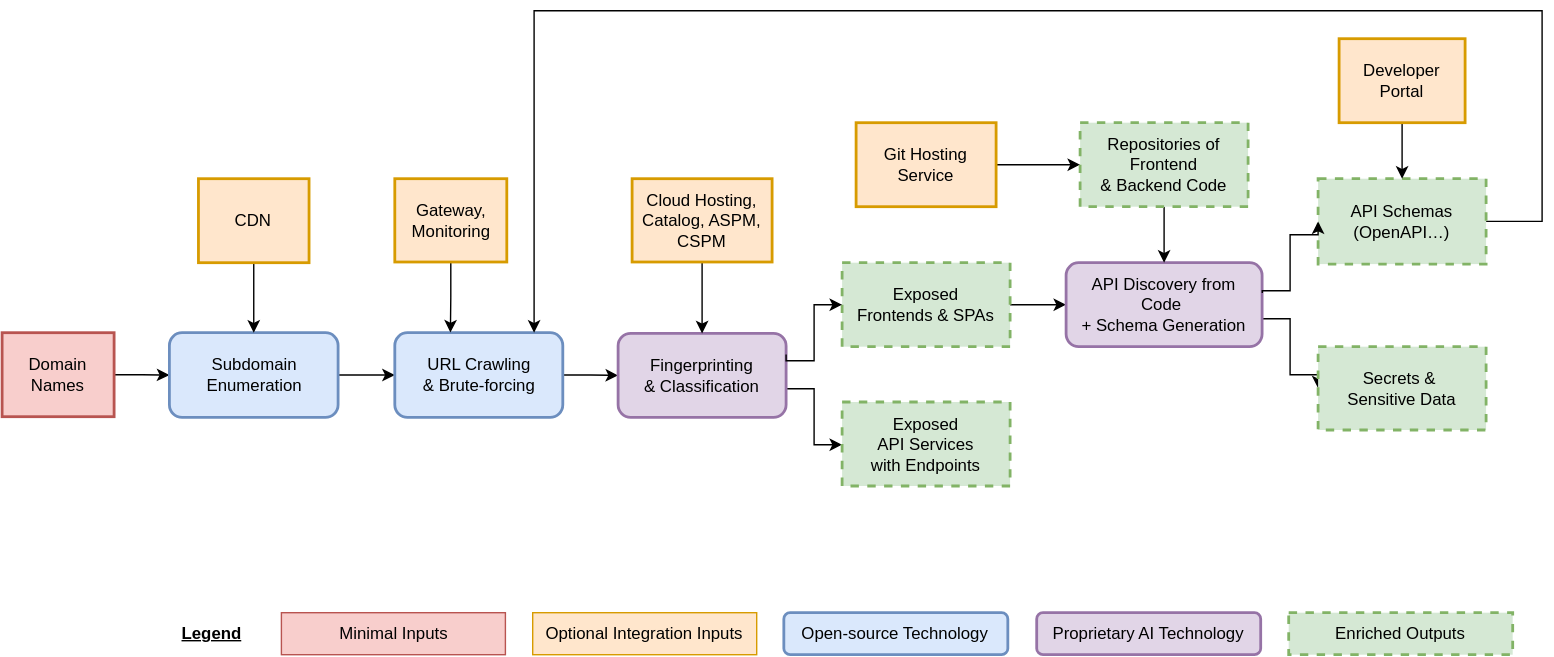
Earlier version of the draw.io export docs/01-inventory/01-introduction/inventory-diagram.svg (Escape-Technologies/docs). Source tidied: cells renumbered, new cells last; positions are measured from the earlier drawing's top-left corner, leaving out a move shared by most shapes.
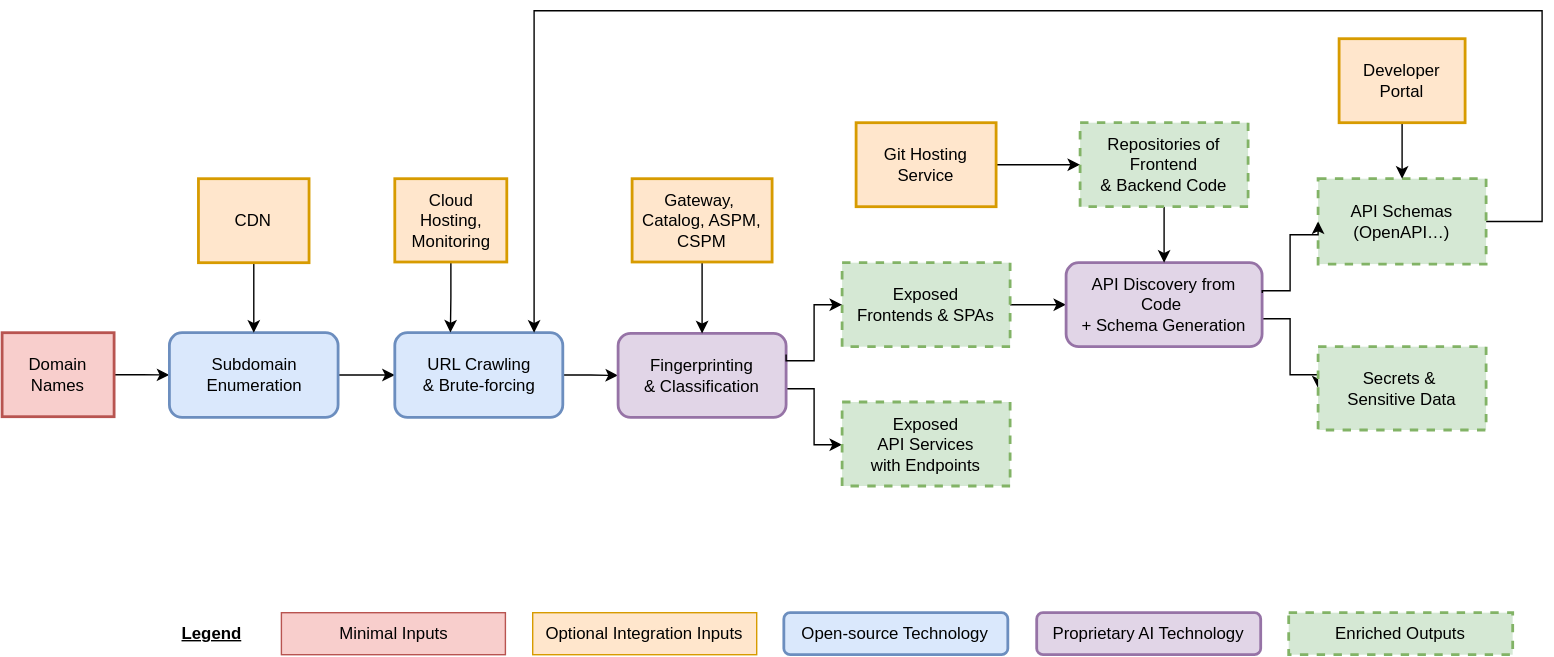
After the change.

Commit message:
fix: gateways and cloud providers

Diff of the diagram source:
```diff
@@ -58,7 +58,7 @@
     <mxCell id="16" style="edgeStyle=orthogonalEdgeStyle;rounded=0;jettySize=auto;html=1;entryX=0.331;entryY=-0.002;entryDx=0;entryDy=0;entryPerimeter=0;" parent="1" edge="1" source="17" target="7">
       <mxGeometry relative="1" as="geometry" />
     </mxCell>
-    <mxCell id="17" value="Gateway,&#10;Monitoring" style="whiteSpace=wrap;strokeWidth=2;fillColor=#ffe6cc;strokeColor=#d79b00;" parent="1" vertex="1">
+    <mxCell id="17" value="Cloud Hosting,&#10;Monitoring" style="whiteSpace=wrap;strokeWidth=2;fillColor=#ffe6cc;strokeColor=#d79b00;" parent="1" vertex="1">
       <mxGeometry x="280.5" y="120" width="80" height="59.5" as="geometry" />
     </mxCell>
     <mxCell id="18" style="edgeStyle=orthogonalEdgeStyle;rounded=0;jettySize=auto;html=1;" parent="1" edge="1" source="19" target="5">
@@ -70,7 +70,7 @@
     <mxCell id="20" style="edgeStyle=orthogonalEdgeStyle;rounded=0;jettySize=auto;html=1;" parent="1" edge="1" source="21" target="9">
       <mxGeometry relative="1" as="geometry" />
     </mxCell>
-    <mxCell id="21" value="Cloud Hosting, Catalog, ASPM, CSPM" style="whiteSpace=wrap;strokeWidth=2;fillColor=#ffe6cc;strokeColor=#d79b00;" parent="1" vertex="1">
+    <mxCell id="21" value="Gateway, &#10;Catalog, ASPM, CSPM" style="whiteSpace=wrap;strokeWidth=2;fillColor=#ffe6cc;strokeColor=#d79b00;" parent="1" vertex="1">
       <mxGeometry x="450" y="120" width="100" height="59.5" as="geometry" />
     </mxCell>
     <mxCell id="22" value="Exposed&#10;API Services&#10;with Endpoints" style="whiteSpace=wrap;strokeWidth=2;dashed=1;fillColor=#d5e8d4;strokeColor=#82b366;" parent="1" vertex="1">
```
